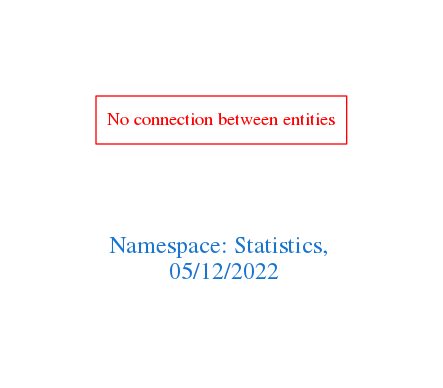
Before: downloads/Statistics.png, a diagram exported from Graphviz (arago/OGIT). Its source is kept beside it as downloads/Statistics.dot.
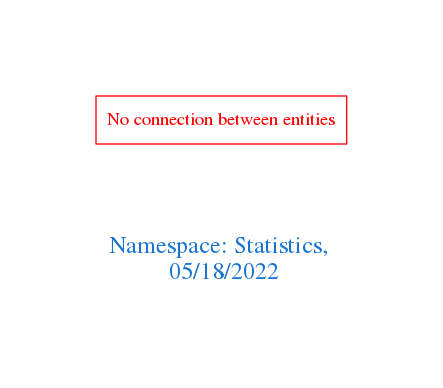
After the change.

The edit, as a diff of the source:
```diff
@@ -1,7 +1,7 @@
 digraph OGIT_ontology {
  graph [ rankdir= LR,pad=1
 fontsize = 18,
-fontcolor= dodgerblue3,label = "\n\n\nNamespace: Statistics, \n 05/12/2022"];
+fontcolor= dodgerblue3,label = "\n\n\nNamespace: Statistics, \n 05/18/2022"];
 node[shape=polygon];
 edge [  color="gray81"];
 
```
